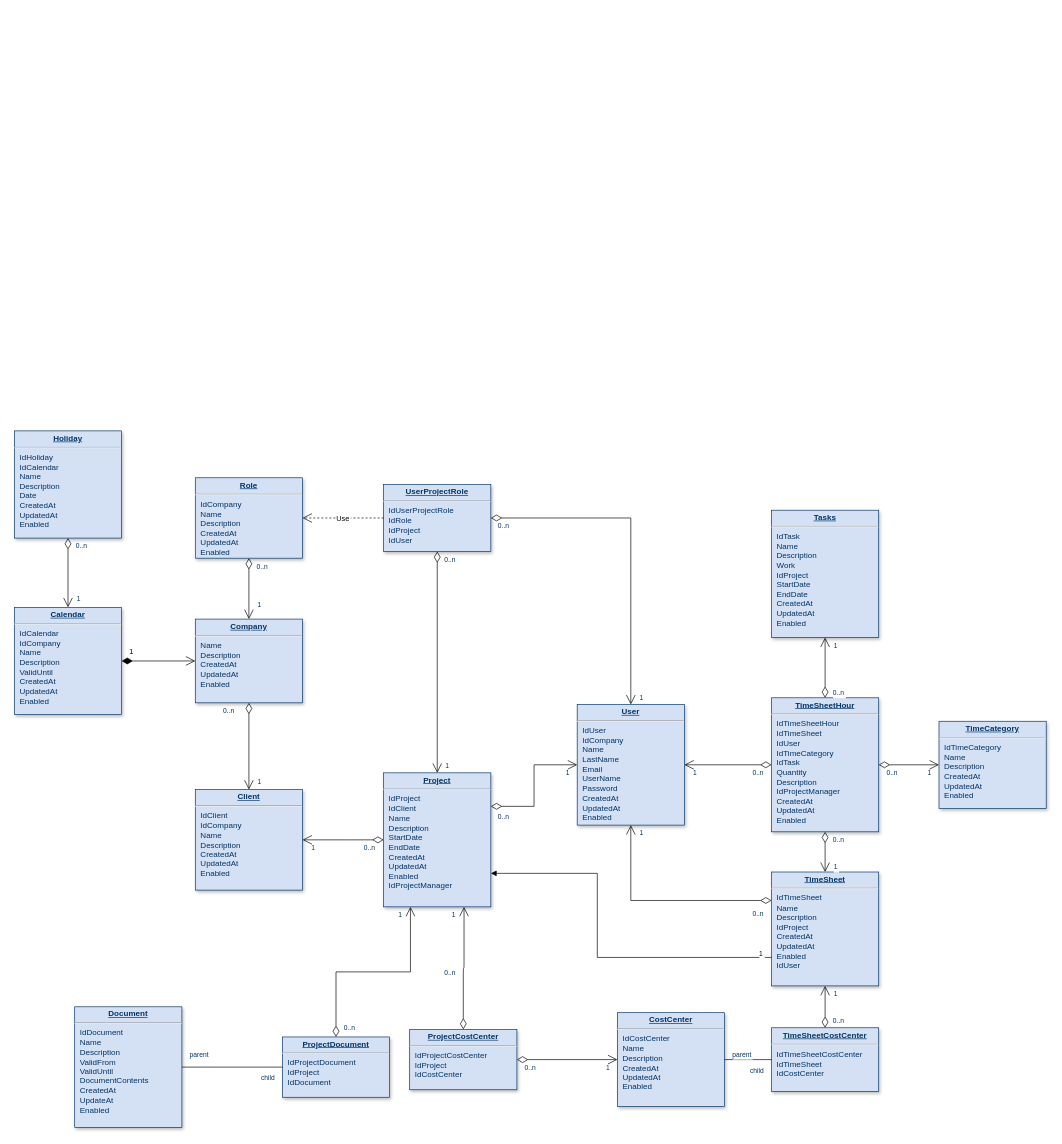
Above: Diagrama sin título.drawio in notariopablomarcelo/prueba (draw.io), before the change. Source tidied: cells renumbered, new cells numbered last; positions are measured from the earlier drawing's top-left corner, leaving out a move shared by most shapes. Both pictures are drawn from the tidied source at 67%, with x=0, y=0 at pixel (14, 431).
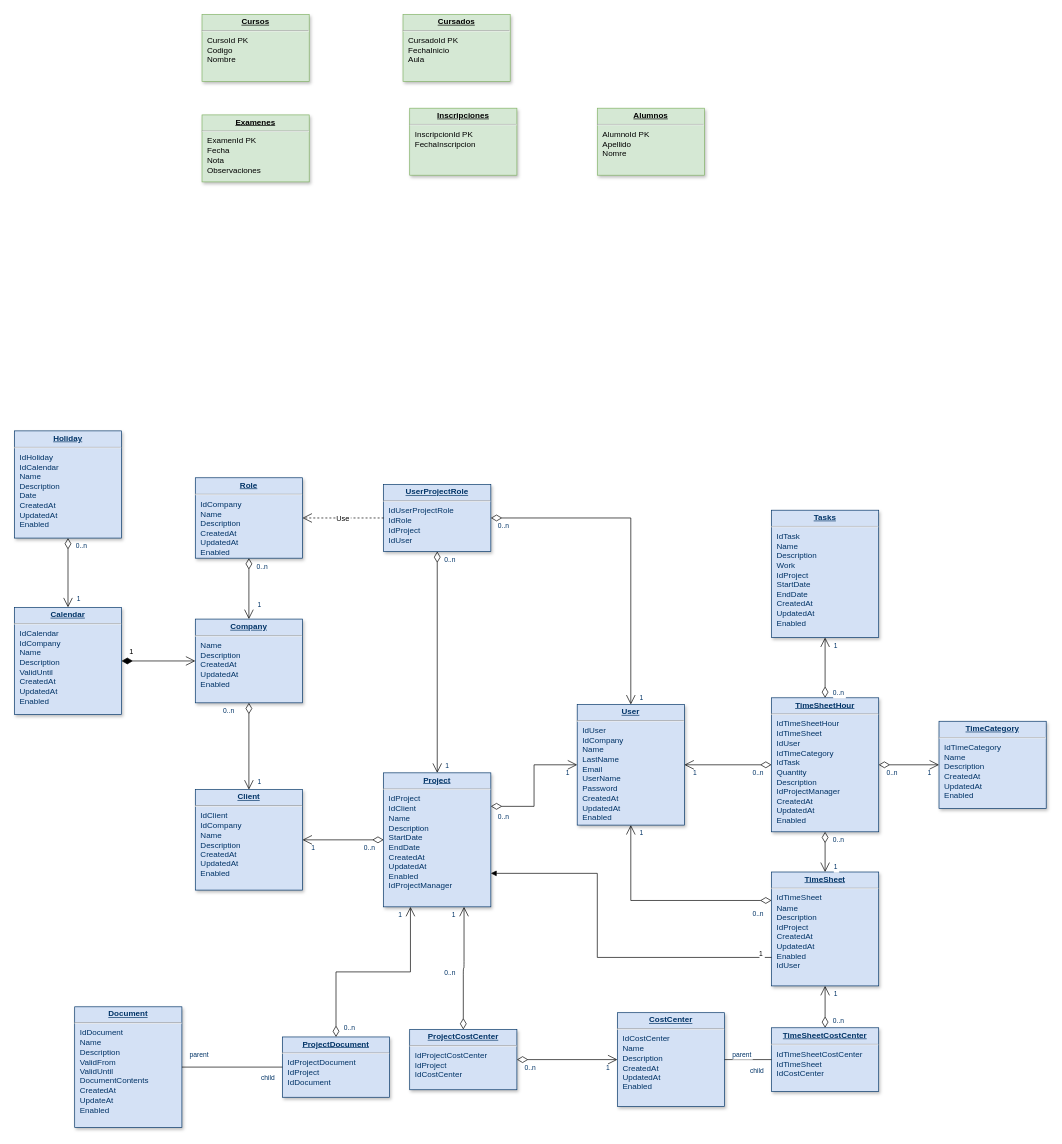
The same page after the edit.

What changed in the source:
```diff
@@
+    <mxCell id="77" value="&lt;p style=&quot;margin: 0px; margin-top: 4px; text-align: center; text-decoration: underline;&quot;&gt;&lt;strong&gt;Cursos&lt;/strong&gt;&lt;/p&gt;&lt;hr&gt;&lt;p style=&quot;margin: 0px; margin-left: 8px;&quot;&gt;CursoId PK&lt;/p&gt;&lt;p style=&quot;margin: 0px; margin-left: 8px;&quot;&gt;Codigo&lt;/p&gt;&lt;p style=&quot;margin: 0px; margin-left: 8px;&quot;&gt;Nombre&lt;/p&gt;" style="verticalAlign=top;align=left;overflow=fill;fontSize=12;fontFamily=Helvetica;html=1;strokeColor=#82b366;shadow=1;fillColor=#d5e8d4;" parent="1" vertex="1">
+      <mxGeometry x="280" y="-622" width="160" height="100" as="geometry" />
+    </mxCell>
+    <mxCell id="78" value="&lt;p style=&quot;margin: 0px; margin-top: 4px; text-align: center; text-decoration: underline;&quot;&gt;&lt;strong&gt;Cursados&lt;/strong&gt;&lt;/p&gt;&lt;hr&gt;&lt;p style=&quot;margin: 0px; margin-left: 8px;&quot;&gt;CursadoId PK&lt;/p&gt;&lt;p style=&quot;margin: 0px; margin-left: 8px;&quot;&gt;FechaInicio&lt;/p&gt;&lt;p style=&quot;margin: 0px; margin-left: 8px;&quot;&gt;Aula&lt;/p&gt;" style="verticalAlign=top;align=left;overflow=fill;fontSize=12;fontFamily=Helvetica;html=1;strokeColor=#82b366;shadow=1;fillColor=#d5e8d4;" parent="1" vertex="1">
+      <mxGeometry x="580" y="-622" width="160" height="100" as="geometry" />
+    </mxCell>
+    <mxCell id="79" value="&lt;p style=&quot;margin: 0px; margin-top: 4px; text-align: center; text-decoration: underline;&quot;&gt;&lt;strong&gt;Inscripciones&lt;/strong&gt;&lt;/p&gt;&lt;hr&gt;&lt;p style=&quot;margin: 0px; margin-left: 8px;&quot;&gt;InscripcionId PK&lt;/p&gt;&lt;p style=&quot;margin: 0px; margin-left: 8px;&quot;&gt;FechaInscripcion&lt;/p&gt;" style="verticalAlign=top;align=left;overflow=fill;fontSize=12;fontFamily=Helvetica;html=1;strokeColor=#82b366;shadow=1;fillColor=#d5e8d4;" parent="1" vertex="1">
+      <mxGeometry x="590" y="-482" width="160" height="100" as="geometry" />
+    </mxCell>
+    <mxCell id="80" value="&lt;p style=&quot;margin: 0px; margin-top: 4px; text-align: center; text-decoration: underline;&quot;&gt;&lt;strong&gt;Examenes&lt;/strong&gt;&lt;/p&gt;&lt;hr&gt;&lt;p style=&quot;margin: 0px; margin-left: 8px;&quot;&gt;ExamenId PK&lt;/p&gt;&lt;p style=&quot;margin: 0px; margin-left: 8px;&quot;&gt;Fecha&lt;br&gt;Nota&lt;/p&gt;&lt;p style=&quot;margin: 0px; margin-left: 8px;&quot;&gt;Observaciones&lt;/p&gt;" style="verticalAlign=top;align=left;overflow=fill;fontSize=12;fontFamily=Helvetica;html=1;strokeColor=#82b366;shadow=1;fillColor=#d5e8d4;" parent="1" vertex="1">
+      <mxGeometry x="280" y="-472" width="160" height="100" as="geometry" />
+    </mxCell>
+    <mxCell id="81" value="&lt;p style=&quot;margin: 0px; margin-top: 4px; text-align: center; text-decoration: underline;&quot;&gt;&lt;strong&gt;Alumnos&lt;/strong&gt;&lt;/p&gt;&lt;hr&gt;&lt;p style=&quot;margin: 0px; margin-left: 8px;&quot;&gt;AlumnoId PK&lt;/p&gt;&lt;p style=&quot;margin: 0px; margin-left: 8px;&quot;&gt;Apellido&lt;br&gt;Nomre&lt;/p&gt;" style="verticalAlign=top;align=left;overflow=fill;fontSize=12;fontFamily=Helvetica;html=1;strokeColor=#82b366;shadow=1;fillColor=#d5e8d4;" parent="1" vertex="1">
+      <mxGeometry x="870" y="-482" width="160" height="100" as="geometry" />
+    </mxCell>
```
